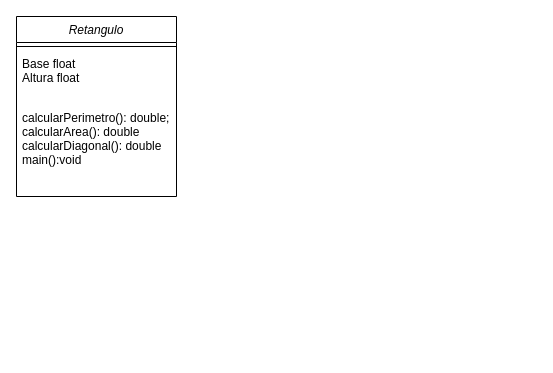
This is Diagrama sem nome.drawio from arueiralucas/Java_Learning-, a draw.io file, before an edit. Source tidied: cells renumbered, new cells numbered last; positions are measured from the earlier drawing's top-left corner, leaving out a move shared by most shapes. Both pictures are drawn from the tidied source at 100%, with x=0, y=0 at pixel (16, 16).
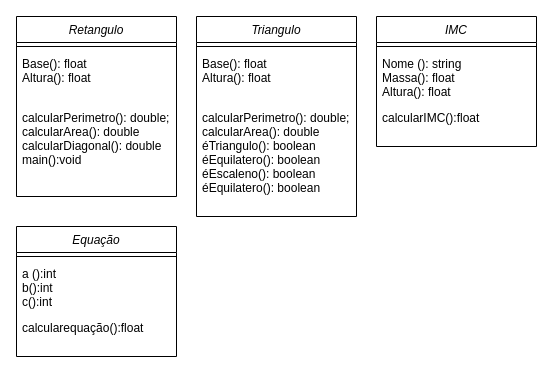
Above is the later version.

The edit, as a diff of the source:
```diff
@@
 <mxGraphModel>
   <root>
     <mxCell id="0" />
     <mxCell id="1" parent="0" />
     <mxCell id="2" value="Retangulo" style="swimlane;fontStyle=2;align=center;verticalAlign=top;horizontal=1;startSize=26;rounded=0;shadow=0;strokeWidth=1;" parent="1" vertex="1">
       <mxGeometry width="160" height="180" as="geometry" />
     </mxCell>
     <mxCell id="3" style="line;html=1;strokeWidth=1;align=left;verticalAlign=middle;spacingTop=-1;spacingLeft=3;spacingRight=3;labelPosition=right;" parent="2" vertex="1">
       <mxGeometry y="26" width="160" height="8" as="geometry" />
     </mxCell>
-    <mxCell id="4" value="Base float&#10;Altura float" style="text;align=left;verticalAlign=top;spacingLeft=4;spacingRight=4;overflow=hidden;" parent="2" vertex="1">
+    <mxCell id="4" value="Base(): float&#10;Altura(): float" style="text;align=left;verticalAlign=top;spacingLeft=4;spacingRight=4;overflow=hidden;" parent="2" vertex="1">
       <mxGeometry y="34" width="160" height="54" as="geometry" />
     </mxCell>
     <mxCell id="5" value="calcularPerimetro(): double;&#10;calcularArea(): double&#10;calcularDiagonal(): double&#10;main():void&#10;" style="text;align=left;verticalAlign=top;spacingLeft=4;spacingRight=4;overflow=hidden;" parent="2" vertex="1">
       <mxGeometry y="88" width="160" height="92" as="geometry" />
     </mxCell>
+    <mxCell id="6" value="Triangulo&#10;" style="swimlane;fontStyle=2;align=center;verticalAlign=top;horizontal=1;startSize=26;rounded=0;shadow=0;strokeWidth=1;" parent="1" vertex="1">
+      <mxGeometry x="180" width="160" height="200" as="geometry" />
+    </mxCell>
+    <mxCell id="7" style="line;html=1;strokeWidth=1;align=left;verticalAlign=middle;spacingTop=-1;spacingLeft=3;spacingRight=3;labelPosition=right;" parent="6" vertex="1">
+      <mxGeometry y="26" width="160" height="8" as="geometry" />
+    </mxCell>
+    <mxCell id="8" value="Base(): float&#10;Altura(): float" style="text;align=left;verticalAlign=top;spacingLeft=4;spacingRight=4;overflow=hidden;" parent="6" vertex="1">
+      <mxGeometry y="34" width="160" height="54" as="geometry" />
+    </mxCell>
+    <mxCell id="9" value="calcularPerimetro(): double;&#10;calcularArea(): double&#10;éTriangulo(): boolean&#10;éEquilatero(): boolean&#10;éEscaleno(): boolean&#10;éEquilatero(): boolean" style="text;align=left;verticalAlign=top;spacingLeft=4;spacingRight=4;overflow=hidden;" parent="6" vertex="1">
+      <mxGeometry y="88" width="160" height="112" as="geometry" />
+    </mxCell>
+    <mxCell id="10" value="IMC" style="swimlane;fontStyle=2;align=center;verticalAlign=top;horizontal=1;startSize=26;rounded=0;shadow=0;strokeWidth=1;" parent="1" vertex="1">
+      <mxGeometry x="360" width="160" height="130" as="geometry" />
+    </mxCell>
+    <mxCell id="11" style="line;html=1;strokeWidth=1;align=left;verticalAlign=middle;spacingTop=-1;spacingLeft=3;spacingRight=3;labelPosition=right;" parent="10" vertex="1">
+      <mxGeometry y="26" width="160" height="8" as="geometry" />
+    </mxCell>
+    <mxCell id="12" value="Nome (): string&#10;Massa(): float&#10;Altura(): float" style="text;align=left;verticalAlign=top;spacingLeft=4;spacingRight=4;overflow=hidden;" parent="10" vertex="1">
+      <mxGeometry y="34" width="160" height="54" as="geometry" />
+    </mxCell>
+    <mxCell id="13" value="calcularIMC():float&#10;" style="text;align=left;verticalAlign=top;spacingLeft=4;spacingRight=4;overflow=hidden;" parent="10" vertex="1">
+      <mxGeometry y="88" width="160" height="42" as="geometry" />
+    </mxCell>
+    <mxCell id="14" value="Equação" style="swimlane;fontStyle=2;align=center;verticalAlign=top;horizontal=1;startSize=26;rounded=0;shadow=0;strokeWidth=1;" parent="1" vertex="1">
+      <mxGeometry y="210" width="160" height="130" as="geometry" />
+    </mxCell>
+    <mxCell id="15" style="line;html=1;strokeWidth=1;align=left;verticalAlign=middle;spacingTop=-1;spacingLeft=3;spacingRight=3;labelPosition=right;" parent="14" vertex="1">
+      <mxGeometry y="26" width="160" height="8" as="geometry" />
+    </mxCell>
+    <mxCell id="16" value="a ():int&#10;b():int&#10;c():int" style="text;align=left;verticalAlign=top;spacingLeft=4;spacingRight=4;overflow=hidden;" parent="14" vertex="1">
+      <mxGeometry y="34" width="160" height="54" as="geometry" />
+    </mxCell>
+    <mxCell id="17" value="calcularequação():float&#10;" style="text;align=left;verticalAlign=top;spacingLeft=4;spacingRight=4;overflow=hidden;" parent="14" vertex="1">
+      <mxGeometry y="88" width="160" height="42" as="geometry" />
+    </mxCell>
   </root>
 </mxGraphModel>
```
